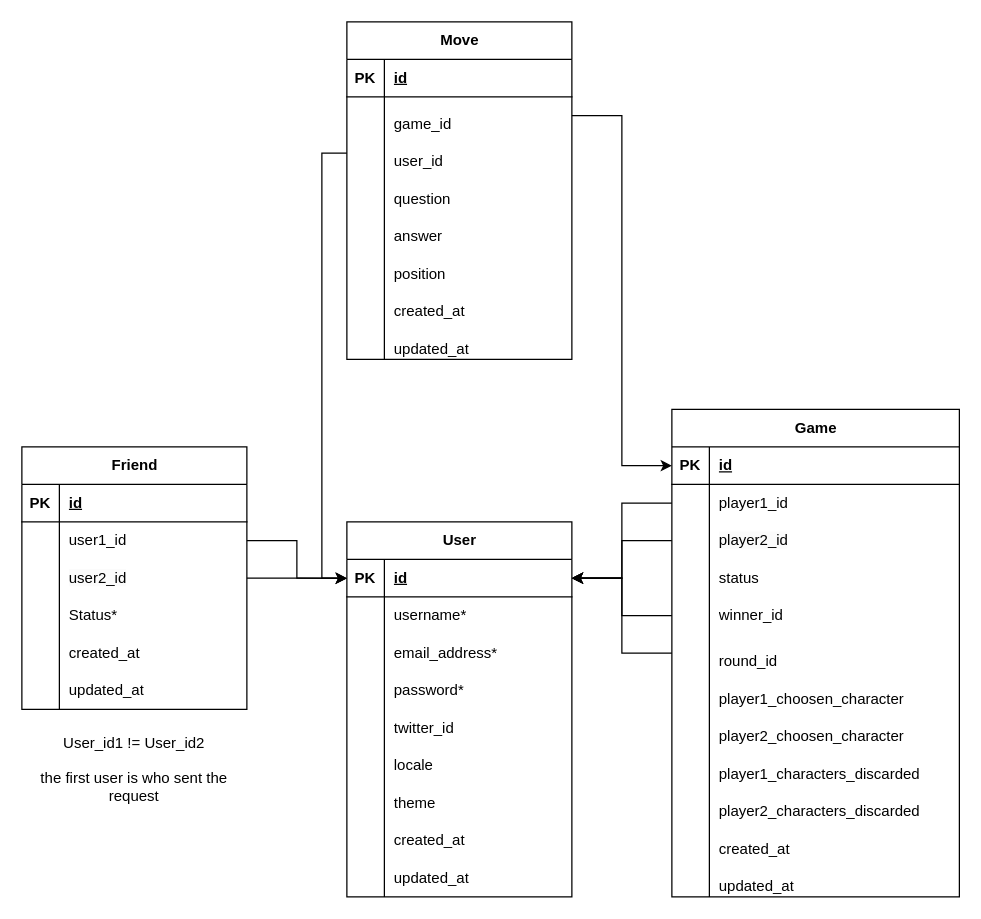
The draw.io diagram db/schemas.drawio in libbe71/guess-all, before the edit. Source tidied: cells renumbered, new cells numbered last; positions are measured from the earlier drawing's top-left corner, leaving out a move shared by most shapes. Both pictures are drawn from the tidied source at 125%, with x=0, y=0 at pixel (21, 21).
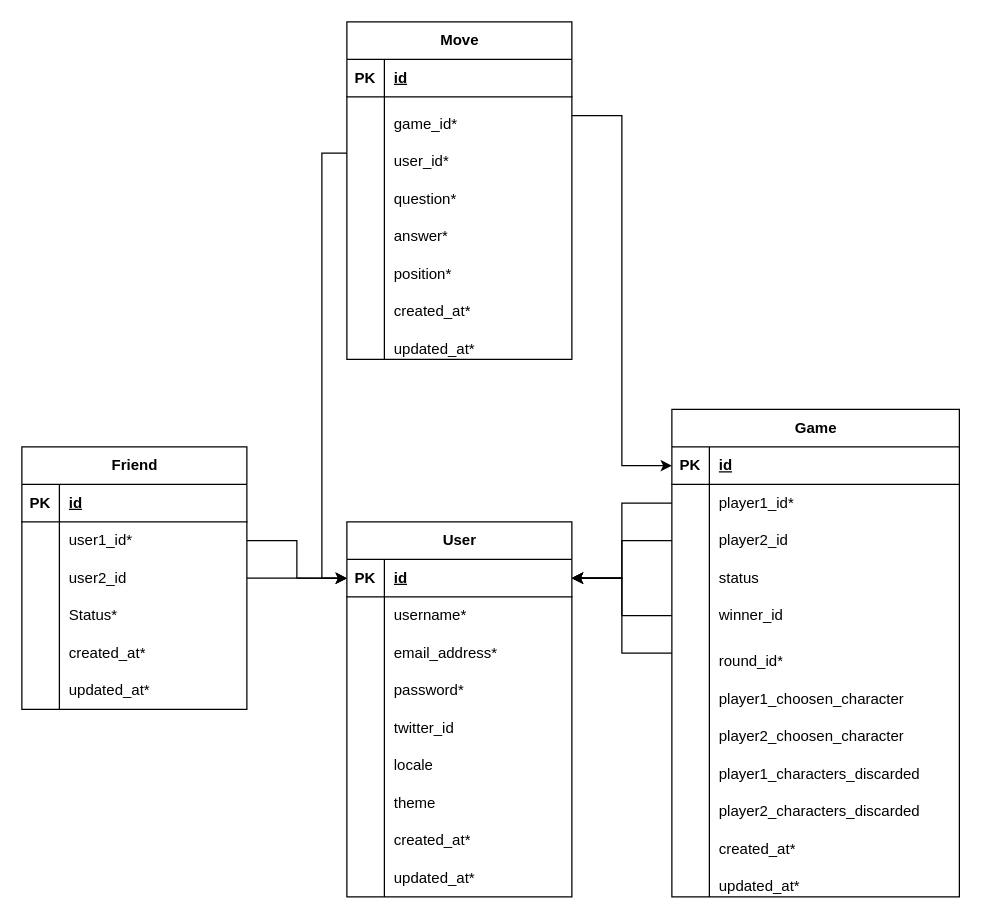
After the change.

The change refers to these unchanged cells:
```xml
<mxCell id="24" style="shape=tableRow;horizontal=0;startSize=0;swimlaneHead=0;swimlaneBody=0;fillColor=none;top=0;left=0;right=0;bottom=0;" parent="2" vertex="1">
  <mxGeometry y="240" width="180" height="30" as="geometry" />
</mxCell>
<mxCell id="27" style="shape=tableRow;horizontal=0;startSize=0;swimlaneHead=0;swimlaneBody=0;fillColor=none;top=0;left=0;right=0;bottom=0;" parent="2" vertex="1">
  <mxGeometry y="270" width="180" height="30" as="geometry" />
</mxCell>
<mxCell id="34" style="shape=tableRow;horizontal=0;startSize=0;swimlaneHead=0;swimlaneBody=0;fillColor=none;points=[[0,0.5],[1,0.5]];portConstraint=eastwest;top=0;left=0;right=0;bottom=0;" parent="30" vertex="1">
  <mxGeometry y="60" width="180" height="30" as="geometry" />
</mxCell>
<mxCell id="43" style="shape=tableRow;horizontal=0;startSize=0;swimlaneHead=0;swimlaneBody=0;fillColor=none;top=0;left=0;right=0;bottom=0;" parent="30" vertex="1">
  <mxGeometry y="150" width="180" height="30" as="geometry" />
</mxCell>
<mxCell id="46" style="shape=tableRow;horizontal=0;startSize=0;swimlaneHead=0;swimlaneBody=0;fillColor=none;top=0;left=0;right=0;bottom=0;" parent="30" vertex="1">
  <mxGeometry y="180" width="180" height="30" as="geometry" />
</mxCell>
<mxCell id="56" style="shape=tableRow;horizontal=0;startSize=0;swimlaneHead=0;swimlaneBody=0;fillColor=none;points=[[0,0.5],[1,0.5]];portConstraint=eastwest;top=0;left=0;right=0;bottom=0;" parent="52" vertex="1">
  <mxGeometry y="60" width="230" height="30" as="geometry" />
</mxCell>
<mxCell id="68" style="shape=tableRow;horizontal=0;startSize=0;swimlaneHead=0;swimlaneBody=0;fillColor=none;points=[[0,0.5],[1,0.5]];portConstraint=eastwest;top=0;left=0;right=0;bottom=0;" parent="52" vertex="1">
  <mxGeometry y="180" width="230" height="30" as="geometry" />
</mxCell>
<mxCell id="83" style="shape=tableRow;horizontal=0;startSize=0;swimlaneHead=0;swimlaneBody=0;fillColor=none;top=0;left=0;right=0;bottom=0;" parent="52" vertex="1">
  <mxGeometry y="330" width="230" height="30" as="geometry" />
</mxCell>
<mxCell id="86" style="shape=tableRow;horizontal=0;startSize=0;swimlaneHead=0;swimlaneBody=0;fillColor=none;top=0;left=0;right=0;bottom=0;" parent="52" vertex="1">
  <mxGeometry y="360" width="230" height="30" as="geometry" />
</mxCell>
<mxCell id="93" style="shape=tableRow;horizontal=0;startSize=0;swimlaneHead=0;swimlaneBody=0;fillColor=none;points=[[0,0.5],[1,0.5]];portConstraint=eastwest;top=0;left=0;right=0;bottom=0;" parent="89" vertex="1">
  <mxGeometry y="60" width="180" height="30" as="geometry" />
</mxCell>
<mxCell id="96" style="shape=tableRow;horizontal=0;startSize=0;swimlaneHead=0;swimlaneBody=0;fillColor=none;points=[[0,0.5],[1,0.5]];portConstraint=eastwest;top=0;left=0;right=0;bottom=0;" parent="89" vertex="1">
  <mxGeometry y="90" width="180" height="30" as="geometry" />
</mxCell>
<mxCell id="99" style="shape=tableRow;horizontal=0;startSize=0;swimlaneHead=0;swimlaneBody=0;fillColor=none;top=0;left=0;right=0;bottom=0;" parent="89" vertex="1">
  <mxGeometry y="120" width="180" height="30" as="geometry" />
</mxCell>
<mxCell id="102" style="shape=tableRow;horizontal=0;startSize=0;swimlaneHead=0;swimlaneBody=0;fillColor=none;top=0;left=0;right=0;bottom=0;" parent="89" vertex="1">
  <mxGeometry y="150" width="180" height="30" as="geometry" />
</mxCell>
<mxCell id="105" style="shape=tableRow;horizontal=0;startSize=0;swimlaneHead=0;swimlaneBody=0;fillColor=none;top=0;left=0;right=0;bottom=0;" parent="89" vertex="1">
  <mxGeometry y="180" width="180" height="30" as="geometry" />
</mxCell>
<mxCell id="108" style="shape=tableRow;horizontal=0;startSize=0;swimlaneHead=0;swimlaneBody=0;fillColor=none;top=0;left=0;right=0;bottom=0;" parent="89" vertex="1">
  <mxGeometry y="210" width="180" height="30" as="geometry" />
</mxCell>
<mxCell id="111" style="shape=tableRow;horizontal=0;startSize=0;swimlaneHead=0;swimlaneBody=0;fillColor=none;top=0;left=0;right=0;bottom=0;" parent="89" vertex="1">
  <mxGeometry y="240" width="180" height="30" as="geometry" />
</mxCell>
```

The edit, as a diff of the source:
```diff
@@
-    <mxCell id="26" value="created_at" style="shape=partialRectangle;fillColor=none;top=0;left=0;bottom=0;right=0;align=left;spacingLeft=6;overflow=hidden;whiteSpace=wrap;html=1;" parent="24" vertex="1">
+    <mxCell id="26" value="created_at*" style="shape=partialRectangle;fillColor=none;top=0;left=0;bottom=0;right=0;align=left;spacingLeft=6;overflow=hidden;whiteSpace=wrap;html=1;" parent="24" vertex="1">
       <mxGeometry x="30" width="150" height="30" as="geometry" />
     </mxCell>
@@
-    <mxCell id="29" value="updated_at" style="shape=partialRectangle;fillColor=none;top=0;left=0;bottom=0;right=0;align=left;spacingLeft=6;overflow=hidden;whiteSpace=wrap;html=1;" parent="27" vertex="1">
+    <mxCell id="29" value="updated_at*" style="shape=partialRectangle;fillColor=none;top=0;left=0;bottom=0;right=0;align=left;spacingLeft=6;overflow=hidden;whiteSpace=wrap;html=1;" parent="27" vertex="1">
       <mxGeometry x="30" width="150" height="30" as="geometry" />
     </mxCell>
@@
-    <mxCell id="36" value="user1_id" style="shape=partialRectangle;fillColor=none;top=0;left=0;bottom=0;right=0;align=left;spacingLeft=6;overflow=hidden;whiteSpace=wrap;html=1;" parent="34" vertex="1">
+    <mxCell id="36" value="user1_id*" style="shape=partialRectangle;fillColor=none;top=0;left=0;bottom=0;right=0;align=left;spacingLeft=6;overflow=hidden;whiteSpace=wrap;html=1;" parent="34" vertex="1">
       <mxGeometry x="30" width="150" height="30" as="geometry" />
     </mxCell>
@@
-    <mxCell id="45" value="created_at" style="shape=partialRectangle;fillColor=none;top=0;left=0;bottom=0;right=0;align=left;spacingLeft=6;overflow=hidden;whiteSpace=wrap;html=1;" parent="43" vertex="1">
+    <mxCell id="45" value="created_at*" style="shape=partialRectangle;fillColor=none;top=0;left=0;bottom=0;right=0;align=left;spacingLeft=6;overflow=hidden;whiteSpace=wrap;html=1;" parent="43" vertex="1">
       <mxGeometry x="30" width="150" height="30" as="geometry" />
     </mxCell>
@@
-    <mxCell id="48" value="updated_at" style="shape=partialRectangle;fillColor=none;top=0;left=0;bottom=0;right=0;align=left;spacingLeft=6;overflow=hidden;whiteSpace=wrap;html=1;" parent="46" vertex="1">
+    <mxCell id="48" value="updated_at*" style="shape=partialRectangle;fillColor=none;top=0;left=0;bottom=0;right=0;align=left;spacingLeft=6;overflow=hidden;whiteSpace=wrap;html=1;" parent="46" vertex="1">
       <mxGeometry x="30" width="150" height="30" as="geometry" />
     </mxCell>
-    <mxCell id="49" value="the first user is who sent the request" style="text;html=1;align=center;verticalAlign=middle;whiteSpace=wrap;rounded=0;" parent="1" vertex="1">
-      <mxGeometry y="597" width="180" height="30" as="geometry" />
-    </mxCell>
@@
-    <mxCell id="51" value="User_id1 != User_id2" style="text;html=1;align=center;verticalAlign=middle;whiteSpace=wrap;rounded=0;" parent="1" vertex="1">
-      <mxGeometry y="557" width="180" height="40" as="geometry" />
-    </mxCell>
@@
-    <mxCell id="58" value="player1_id" style="shape=partialRectangle;fillColor=none;top=0;left=0;bottom=0;right=0;align=left;spacingLeft=6;overflow=hidden;whiteSpace=wrap;html=1;" parent="56" vertex="1">
+    <mxCell id="58" value="player1_id*" style="shape=partialRectangle;fillColor=none;top=0;left=0;bottom=0;right=0;align=left;spacingLeft=6;overflow=hidden;whiteSpace=wrap;html=1;" parent="56" vertex="1">
       <mxGeometry x="30" width="200" height="30" as="geometry" />
     </mxCell>
@@
-    <mxCell id="70" value="&lt;p&gt;round_id&lt;/p&gt;" style="shape=partialRectangle;fillColor=none;top=0;left=0;bottom=0;right=0;align=left;spacingLeft=6;overflow=hidden;whiteSpace=wrap;html=1;" parent="68" vertex="1">
+    <mxCell id="70" value="&lt;p&gt;round_id*&lt;/p&gt;" style="shape=partialRectangle;fillColor=none;top=0;left=0;bottom=0;right=0;align=left;spacingLeft=6;overflow=hidden;whiteSpace=wrap;html=1;" parent="68" vertex="1">
       <mxGeometry x="30" width="200" height="30" as="geometry" />
     </mxCell>
@@
-    <mxCell id="85" value="&lt;p&gt;created_at&lt;/p&gt;" style="shape=partialRectangle;fillColor=none;top=0;left=0;bottom=0;right=0;align=left;spacingLeft=6;overflow=hidden;whiteSpace=wrap;html=1;" parent="83" vertex="1">
+    <mxCell id="85" value="&lt;p&gt;created_at*&lt;/p&gt;" style="shape=partialRectangle;fillColor=none;top=0;left=0;bottom=0;right=0;align=left;spacingLeft=6;overflow=hidden;whiteSpace=wrap;html=1;" parent="83" vertex="1">
       <mxGeometry x="30" width="200" height="30" as="geometry" />
     </mxCell>
@@
-    <mxCell id="88" value="&lt;p&gt;updated_at&lt;/p&gt;" style="shape=partialRectangle;fillColor=none;top=0;left=0;bottom=0;right=0;align=left;spacingLeft=6;overflow=hidden;whiteSpace=wrap;html=1;" parent="86" vertex="1">
+    <mxCell id="88" value="&lt;p&gt;updated_at*&lt;/p&gt;" style="shape=partialRectangle;fillColor=none;top=0;left=0;bottom=0;right=0;align=left;spacingLeft=6;overflow=hidden;whiteSpace=wrap;html=1;" parent="86" vertex="1">
       <mxGeometry x="30" width="200" height="30" as="geometry" />
     </mxCell>
@@
-    <mxCell id="95" value="&lt;p&gt;game_id&lt;/p&gt;" style="shape=partialRectangle;fillColor=none;top=0;left=0;bottom=0;right=0;align=left;spacingLeft=6;overflow=hidden;whiteSpace=wrap;html=1;" parent="93" vertex="1">
+    <mxCell id="95" value="&lt;p&gt;game_id*&lt;/p&gt;" style="shape=partialRectangle;fillColor=none;top=0;left=0;bottom=0;right=0;align=left;spacingLeft=6;overflow=hidden;whiteSpace=wrap;html=1;" parent="93" vertex="1">
       <mxGeometry x="30" width="150" height="30" as="geometry" />
     </mxCell>
@@
-    <mxCell id="98" value="&lt;p&gt;user_id&lt;/p&gt;" style="shape=partialRectangle;fillColor=none;top=0;left=0;bottom=0;right=0;align=left;spacingLeft=6;overflow=hidden;whiteSpace=wrap;html=1;" parent="96" vertex="1">
+    <mxCell id="98" value="&lt;p&gt;user_id*&lt;/p&gt;" style="shape=partialRectangle;fillColor=none;top=0;left=0;bottom=0;right=0;align=left;spacingLeft=6;overflow=hidden;whiteSpace=wrap;html=1;" parent="96" vertex="1">
       <mxGeometry x="30" width="150" height="30" as="geometry" />
     </mxCell>
@@
-    <mxCell id="101" value="&lt;p&gt;question&lt;/p&gt;" style="shape=partialRectangle;fillColor=none;top=0;left=0;bottom=0;right=0;align=left;spacingLeft=6;overflow=hidden;whiteSpace=wrap;html=1;" parent="99" vertex="1">
+    <mxCell id="101" value="&lt;p&gt;question*&lt;/p&gt;" style="shape=partialRectangle;fillColor=none;top=0;left=0;bottom=0;right=0;align=left;spacingLeft=6;overflow=hidden;whiteSpace=wrap;html=1;" parent="99" vertex="1">
       <mxGeometry x="30" width="150" height="30" as="geometry" />
     </mxCell>
@@
-    <mxCell id="104" value="&lt;p&gt;answer&lt;/p&gt;" style="shape=partialRectangle;fillColor=none;top=0;left=0;bottom=0;right=0;align=left;spacingLeft=6;overflow=hidden;whiteSpace=wrap;html=1;" parent="102" vertex="1">
+    <mxCell id="104" value="&lt;p&gt;answer*&lt;/p&gt;" style="shape=partialRectangle;fillColor=none;top=0;left=0;bottom=0;right=0;align=left;spacingLeft=6;overflow=hidden;whiteSpace=wrap;html=1;" parent="102" vertex="1">
       <mxGeometry x="30" width="150" height="30" as="geometry" />
     </mxCell>
@@
-    <mxCell id="107" value="&lt;p&gt;position&lt;/p&gt;" style="shape=partialRectangle;fillColor=none;top=0;left=0;bottom=0;right=0;align=left;spacingLeft=6;overflow=hidden;whiteSpace=wrap;html=1;" parent="105" vertex="1">
+    <mxCell id="107" value="&lt;p&gt;position*&lt;/p&gt;" style="shape=partialRectangle;fillColor=none;top=0;left=0;bottom=0;right=0;align=left;spacingLeft=6;overflow=hidden;whiteSpace=wrap;html=1;" parent="105" vertex="1">
       <mxGeometry x="30" width="150" height="30" as="geometry" />
     </mxCell>
@@
-    <mxCell id="110" value="&lt;p&gt;created_at&lt;/p&gt;" style="shape=partialRectangle;fillColor=none;top=0;left=0;bottom=0;right=0;align=left;spacingLeft=6;overflow=hidden;whiteSpace=wrap;html=1;" parent="108" vertex="1">
+    <mxCell id="110" value="&lt;p&gt;created_at*&lt;/p&gt;" style="shape=partialRectangle;fillColor=none;top=0;left=0;bottom=0;right=0;align=left;spacingLeft=6;overflow=hidden;whiteSpace=wrap;html=1;" parent="108" vertex="1">
       <mxGeometry x="30" width="150" height="30" as="geometry" />
     </mxCell>
@@
-    <mxCell id="113" value="&lt;p&gt;updated_at&lt;/p&gt;" style="shape=partialRectangle;fillColor=none;top=0;left=0;bottom=0;right=0;align=left;spacingLeft=6;overflow=hidden;whiteSpace=wrap;html=1;" parent="111" vertex="1">
+    <mxCell id="113" value="&lt;p&gt;updated_at*&lt;/p&gt;" style="shape=partialRectangle;fillColor=none;top=0;left=0;bottom=0;right=0;align=left;spacingLeft=6;overflow=hidden;whiteSpace=wrap;html=1;" parent="111" vertex="1">
       <mxGeometry x="30" width="150" height="30" as="geometry" />
     </mxCell>
```
